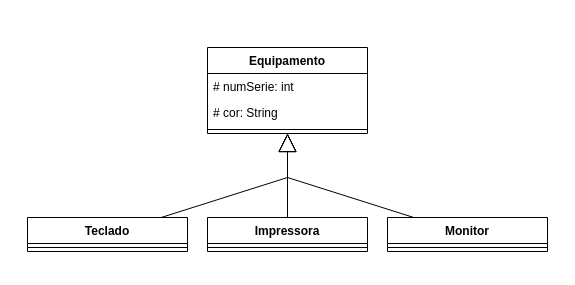
This is dao.drawio from RebecaVieiraM/Diagramas, a draw.io file, before an edit. Source tidied: cells renumbered, new cells numbered last; positions are measured from the earlier drawing's top-left corner, leaving out a move shared by most shapes. Both pictures are drawn from the tidied source at 100%, with x=0, y=0 at pixel (27, 47).
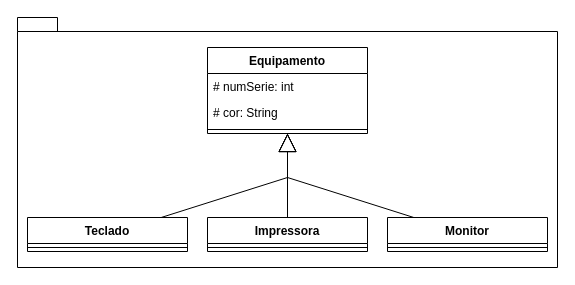
The same diagram, later.

Change to the diagram source:
```diff
@@
 <mxGraphModel>
   <root>
     <mxCell id="0" />
     <mxCell id="1" parent="0" />
+    <mxCell id="15" style="shape=folder;fontStyle=1;spacingTop=10;tabWidth=40;tabHeight=14;tabPosition=left;html=1;whiteSpace=wrap;" parent="1" vertex="1">
+      <mxGeometry x="-10" y="-30" width="540" height="250" as="geometry" />
+    </mxCell>
     <mxCell id="2" value="Equipamento" style="swimlane;fontStyle=1;align=center;verticalAlign=top;horizontal=1;startSize=26;whiteSpace=wrap;html=1;" parent="1" vertex="1">
       <mxGeometry x="180" width="160" height="86" as="geometry" />
     </mxCell>
     <mxCell id="3" value="# numSerie: int" style="text;strokeColor=none;fillColor=none;align=left;verticalAlign=top;spacingLeft=4;spacingRight=4;overflow=hidden;whiteSpace=wrap;html=1;" parent="2" vertex="1">
       <mxGeometry y="26" width="160" height="26" as="geometry" />
     </mxCell>
     <mxCell id="4" value="# cor: String" style="text;strokeColor=none;fillColor=none;align=left;verticalAlign=top;spacingLeft=4;spacingRight=4;overflow=hidden;whiteSpace=wrap;html=1;" parent="2" vertex="1">
       <mxGeometry y="52" width="160" height="26" as="geometry" />
     </mxCell>
     <mxCell id="5" style="line;strokeWidth=1;fillColor=none;align=left;verticalAlign=middle;spacingTop=-1;spacingLeft=3;spacingRight=3;labelPosition=right;strokeColor=inherit;" parent="2" vertex="1">
       <mxGeometry y="78" width="160" height="8" as="geometry" />
     </mxCell>
     <mxCell id="6" value="Teclado" style="swimlane;fontStyle=1;align=center;verticalAlign=top;horizontal=1;startSize=26;whiteSpace=wrap;html=1;" parent="1" vertex="1">
       <mxGeometry y="170" width="160" height="34" as="geometry" />
     </mxCell>
     <mxCell id="7" style="line;strokeWidth=1;fillColor=none;align=left;verticalAlign=middle;spacingTop=-1;spacingLeft=3;spacingRight=3;labelPosition=right;strokeColor=inherit;" parent="6" vertex="1">
       <mxGeometry y="26" width="160" height="8" as="geometry" />
     </mxCell>
     <mxCell id="8" value="Impressora" style="swimlane;fontStyle=1;align=center;verticalAlign=top;horizontal=1;startSize=26;whiteSpace=wrap;html=1;" parent="1" vertex="1">
       <mxGeometry x="180" y="170" width="160" height="34" as="geometry" />
     </mxCell>
     <mxCell id="9" style="line;strokeWidth=1;fillColor=none;align=left;verticalAlign=middle;spacingTop=-1;spacingLeft=3;spacingRight=3;labelPosition=right;strokeColor=inherit;" parent="8" vertex="1">
       <mxGeometry y="26" width="160" height="8" as="geometry" />
     </mxCell>
     <mxCell id="10" value="Monitor" style="swimlane;fontStyle=1;align=center;verticalAlign=top;horizontal=1;startSize=26;whiteSpace=wrap;html=1;" parent="1" vertex="1">
       <mxGeometry x="360" y="170" width="160" height="34" as="geometry" />
     </mxCell>
     <mxCell id="11" style="line;strokeWidth=1;fillColor=none;align=left;verticalAlign=middle;spacingTop=-1;spacingLeft=3;spacingRight=3;labelPosition=right;strokeColor=inherit;" parent="10" vertex="1">
       <mxGeometry y="26" width="160" height="8" as="geometry" />
     </mxCell>
     <mxCell id="12" style="endArrow=block;endSize=16;endFill=0;html=1;rounded=0;" parent="1" edge="1" source="6" target="2">
       <mxGeometry relative="1" as="geometry">
         <Array as="points">
           <mxPoint x="260" y="130" />
         </Array>
       </mxGeometry>
     </mxCell>
     <mxCell id="13" style="endArrow=block;endSize=16;endFill=0;html=1;rounded=0;" parent="1" edge="1" source="8" target="2">
       <mxGeometry relative="1" as="geometry" />
     </mxCell>
     <mxCell id="14" style="endArrow=block;endSize=16;endFill=0;html=1;rounded=0;" parent="1" edge="1" source="10" target="2">
       <mxGeometry relative="1" as="geometry">
         <Array as="points">
           <mxPoint x="260" y="130" />
         </Array>
       </mxGeometry>
     </mxCell>
   </root>
 </mxGraphModel>
```
